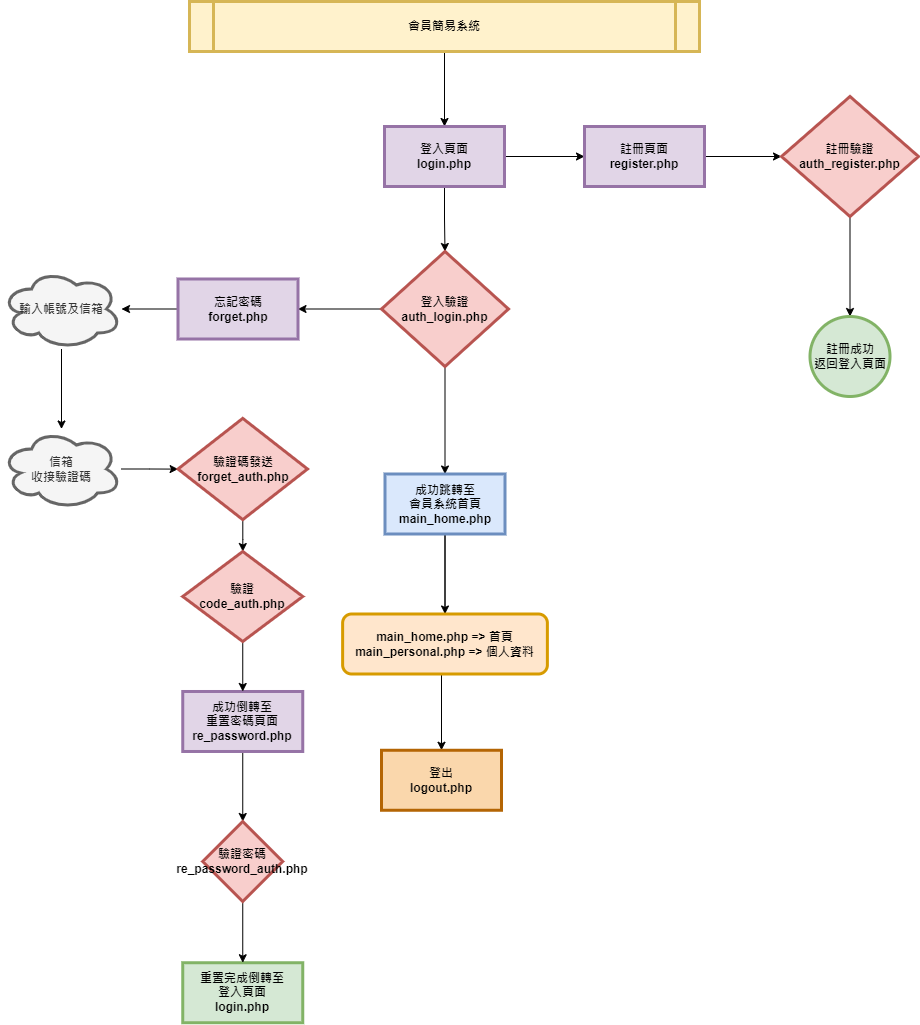
Before: 簡易會員系統流程圖.drawio.png, a diagram exported from draw.io (mattkids0527/Member). Source tidied: cells renumbered, new cells last; positions are measured from the earlier drawing's top-left corner, leaving out a move shared by most shapes. The source it was exported from:
```xml
<mxGraphModel>
  <root>
    <mxCell id="0" />
    <mxCell id="1" parent="0" />
    <mxCell id="2" style="edgeStyle=orthogonalEdgeStyle;rounded=0;jettySize=auto;html=1;" parent="1" edge="1" source="3" target="6">
      <mxGeometry relative="1" as="geometry" />
    </mxCell>
    <mxCell id="3" value="會員簡易系統" style="shape=process;whiteSpace=wrap;align=center;verticalAlign=middle;size=0.0475;fontStyle=1;strokeWidth=3;fillColor=#fff2cc;strokeColor=#d6b656;" parent="1" vertex="1">
      <mxGeometry x="188" width="510" height="50" as="geometry" />
    </mxCell>
    <mxCell id="4" style="edgeStyle=orthogonalEdgeStyle;rounded=0;jettySize=auto;html=1;" parent="1" edge="1" source="6" target="8">
      <mxGeometry relative="1" as="geometry" />
    </mxCell>
    <mxCell id="5" style="edgeStyle=orthogonalEdgeStyle;rounded=0;jettySize=auto;html=1;" parent="1" edge="1" source="6" target="13">
      <mxGeometry relative="1" as="geometry" />
    </mxCell>
    <mxCell id="6" value="登入頁面&lt;br&gt;login.php" style="whiteSpace=wrap;html=1;fillColor=#e1d5e7;fontStyle=1;strokeWidth=3;strokeColor=#9673a6;" parent="1" vertex="1">
      <mxGeometry x="383" y="125" width="120" height="60" as="geometry" />
    </mxCell>
    <mxCell id="7" style="edgeStyle=orthogonalEdgeStyle;rounded=0;jettySize=auto;html=1;" parent="1" edge="1" source="8" target="10">
      <mxGeometry relative="1" as="geometry" />
    </mxCell>
    <mxCell id="8" value="註冊頁面&lt;br&gt;register.php" style="whiteSpace=wrap;html=1;fillColor=#e1d5e7;fontStyle=1;strokeWidth=3;strokeColor=#9673a6;" parent="1" vertex="1">
      <mxGeometry x="583" y="125" width="120" height="60" as="geometry" />
    </mxCell>
    <mxCell id="9" style="edgeStyle=orthogonalEdgeStyle;rounded=0;jettySize=auto;html=1;" parent="1" edge="1" source="10" target="14">
      <mxGeometry relative="1" as="geometry" />
    </mxCell>
    <mxCell id="10" value="註冊驗證&lt;br&gt;auth_register.php" style="rhombus;whiteSpace=wrap;html=1;fillColor=#f8cecc;fontStyle=1;strokeWidth=3;strokeColor=#b85450;" parent="1" vertex="1">
      <mxGeometry x="780" y="95" width="137" height="120" as="geometry" />
    </mxCell>
    <mxCell id="11" style="edgeStyle=orthogonalEdgeStyle;rounded=0;jettySize=auto;html=1;" parent="1" edge="1" source="13" target="17">
      <mxGeometry relative="1" as="geometry" />
    </mxCell>
    <mxCell id="12" style="edgeStyle=orthogonalEdgeStyle;rounded=0;jettySize=auto;html=1;" parent="1" edge="1" source="13" target="19">
      <mxGeometry relative="1" as="geometry" />
    </mxCell>
    <mxCell id="13" value="登入驗證&lt;br&gt;auth_login.php" style="rhombus;whiteSpace=wrap;html=1;fillColor=#f8cecc;fontStyle=1;strokeWidth=3;strokeColor=#b85450;" parent="1" vertex="1">
      <mxGeometry x="380" y="250" width="127" height="115" as="geometry" />
    </mxCell>
    <mxCell id="14" value="註冊成功&lt;br&gt;返回登入頁面" style="ellipse;whiteSpace=wrap;html=1;fillColor=#d5e8d4;strokeColor=#82b366;fontStyle=1;strokeWidth=3;" parent="1" vertex="1">
      <mxGeometry x="808.5" y="315" width="80" height="80" as="geometry" />
    </mxCell>
    <mxCell id="15" style="edgeStyle=orthogonalEdgeStyle;rounded=0;jettySize=auto;html=1;" parent="1" edge="1" source="17" target="31">
      <mxGeometry relative="1" as="geometry" />
    </mxCell>
    <mxCell id="16" style="edgeStyle=orthogonalEdgeStyle;rounded=0;jettySize=auto;html=1;" parent="1" edge="1" source="17" target="32">
      <mxGeometry relative="1" as="geometry" />
    </mxCell>
    <mxCell id="17" value="成功跳轉至&lt;br&gt;會員系統首頁&lt;br&gt;main_home.php" style="whiteSpace=wrap;html=1;fillColor=#dae8fc;strokeColor=#6c8ebf;fontStyle=1;strokeWidth=3;" parent="1" vertex="1">
      <mxGeometry x="383.5" y="472.5" width="120" height="60" as="geometry" />
    </mxCell>
    <mxCell id="18" style="edgeStyle=orthogonalEdgeStyle;rounded=0;jettySize=auto;html=1;" parent="1" edge="1" source="19" target="21">
      <mxGeometry relative="1" as="geometry" />
    </mxCell>
    <mxCell id="19" value="忘記密碼&lt;br&gt;forget.php" style="whiteSpace=wrap;html=1;fillColor=#e1d5e7;strokeColor=#9673a6;fontStyle=1;strokeWidth=3;" parent="1" vertex="1">
      <mxGeometry x="176.5" y="277.5" width="120" height="60" as="geometry" />
    </mxCell>
    <mxCell id="20" style="edgeStyle=orthogonalEdgeStyle;rounded=0;jettySize=auto;html=1;" parent="1" edge="1" source="21" target="23">
      <mxGeometry relative="1" as="geometry" />
    </mxCell>
    <mxCell id="21" value="輸入帳號及信箱" style="ellipse;shape=cloud;whiteSpace=wrap;html=1;fillColor=#f5f5f5;strokeColor=#666666;fontStyle=1;strokeWidth=3;fontColor=#333333;" parent="1" vertex="1">
      <mxGeometry y="267.5" width="120" height="80" as="geometry" />
    </mxCell>
    <mxCell id="22" style="edgeStyle=orthogonalEdgeStyle;rounded=0;jettySize=auto;html=1;" parent="1" edge="1" source="23" target="25">
      <mxGeometry relative="1" as="geometry" />
    </mxCell>
    <mxCell id="23" value="信箱&lt;br&gt;收接驗證碼" style="ellipse;shape=cloud;whiteSpace=wrap;html=1;fillColor=#f5f5f5;strokeColor=#666666;fontColor=#333333;fontStyle=1;strokeWidth=3;" parent="1" vertex="1">
      <mxGeometry y="427.5" width="120" height="80" as="geometry" />
    </mxCell>
    <mxCell id="24" style="edgeStyle=orthogonalEdgeStyle;rounded=0;jettySize=auto;html=1;" parent="1" edge="1" source="25" target="34">
      <mxGeometry relative="1" as="geometry" />
    </mxCell>
    <mxCell id="25" value="驗證碼發送&lt;br&gt;forget_auth.php" style="rhombus;whiteSpace=wrap;html=1;fillColor=#f8cecc;strokeColor=#b85450;fontStyle=1;strokeWidth=3;" parent="1" vertex="1">
      <mxGeometry x="176.5" y="416.9" width="129.5" height="101.2" as="geometry" />
    </mxCell>
    <mxCell id="26" style="edgeStyle=orthogonalEdgeStyle;rounded=0;jettySize=auto;html=1;" parent="1" edge="1" source="27" target="30">
      <mxGeometry relative="1" as="geometry" />
    </mxCell>
    <mxCell id="27" value="成功倒轉至&lt;br&gt;重置密碼頁面&lt;br&gt;re_password.php" style="whiteSpace=wrap;html=1;fillColor=#e1d5e7;strokeColor=#9673a6;fontStyle=1;strokeWidth=3;" parent="1" vertex="1">
      <mxGeometry x="181.2" y="690" width="120" height="60" as="geometry" />
    </mxCell>
    <mxCell id="28" value="重置完成倒轉至&lt;br&gt;登入頁面&lt;br&gt;login.php" style="whiteSpace=wrap;html=1;fillColor=#d5e8d4;strokeColor=#82b366;fontStyle=1;strokeWidth=3;" parent="1" vertex="1">
      <mxGeometry x="181.2" y="961.2" width="120" height="60" as="geometry" />
    </mxCell>
    <mxCell id="29" style="edgeStyle=orthogonalEdgeStyle;rounded=0;jettySize=auto;html=1;" parent="1" edge="1" source="30" target="28">
      <mxGeometry relative="1" as="geometry" />
    </mxCell>
    <mxCell id="30" value="驗證密碼&lt;br&gt;re_password_auth.php" style="rhombus;whiteSpace=wrap;html=1;fillColor=#f8cecc;strokeColor=#b85450;fontStyle=1;strokeWidth=3;" parent="1" vertex="1">
      <mxGeometry x="201.2" y="820" width="80" height="80" as="geometry" />
    </mxCell>
    <mxCell id="31" value="main_home.php =&amp;gt; 首頁&lt;br&gt;main_personal.php =&amp;gt; 個人資料" style="rounded=1;whiteSpace=wrap;html=1;fillColor=#ffe6cc;strokeColor=#d79b00;fontStyle=1;strokeWidth=3;" parent="1" vertex="1">
      <mxGeometry x="341.1" y="612.5" width="204.8" height="60" as="geometry" />
    </mxCell>
    <mxCell id="32" value="登出&lt;br&gt;logout.php" style="whiteSpace=wrap;html=1;fillColor=#fad7ac;strokeColor=#b46504;fontStyle=1;strokeWidth=3;" parent="1" vertex="1">
      <mxGeometry x="380" y="748.8" width="120" height="60" as="geometry" />
    </mxCell>
    <mxCell id="33" style="edgeStyle=orthogonalEdgeStyle;rounded=0;jettySize=auto;html=1;" parent="1" edge="1" source="34" target="27">
      <mxGeometry relative="1" as="geometry" />
    </mxCell>
    <mxCell id="34" value="驗證&lt;br&gt;code_auth.php" style="rhombus;whiteSpace=wrap;html=1;fillColor=#f8cecc;strokeColor=#b85450;fontStyle=1;strokeWidth=3;" parent="1" vertex="1">
      <mxGeometry x="181.2" y="550" width="120" height="90" as="geometry" />
    </mxCell>
  </root>
</mxGraphModel>
```
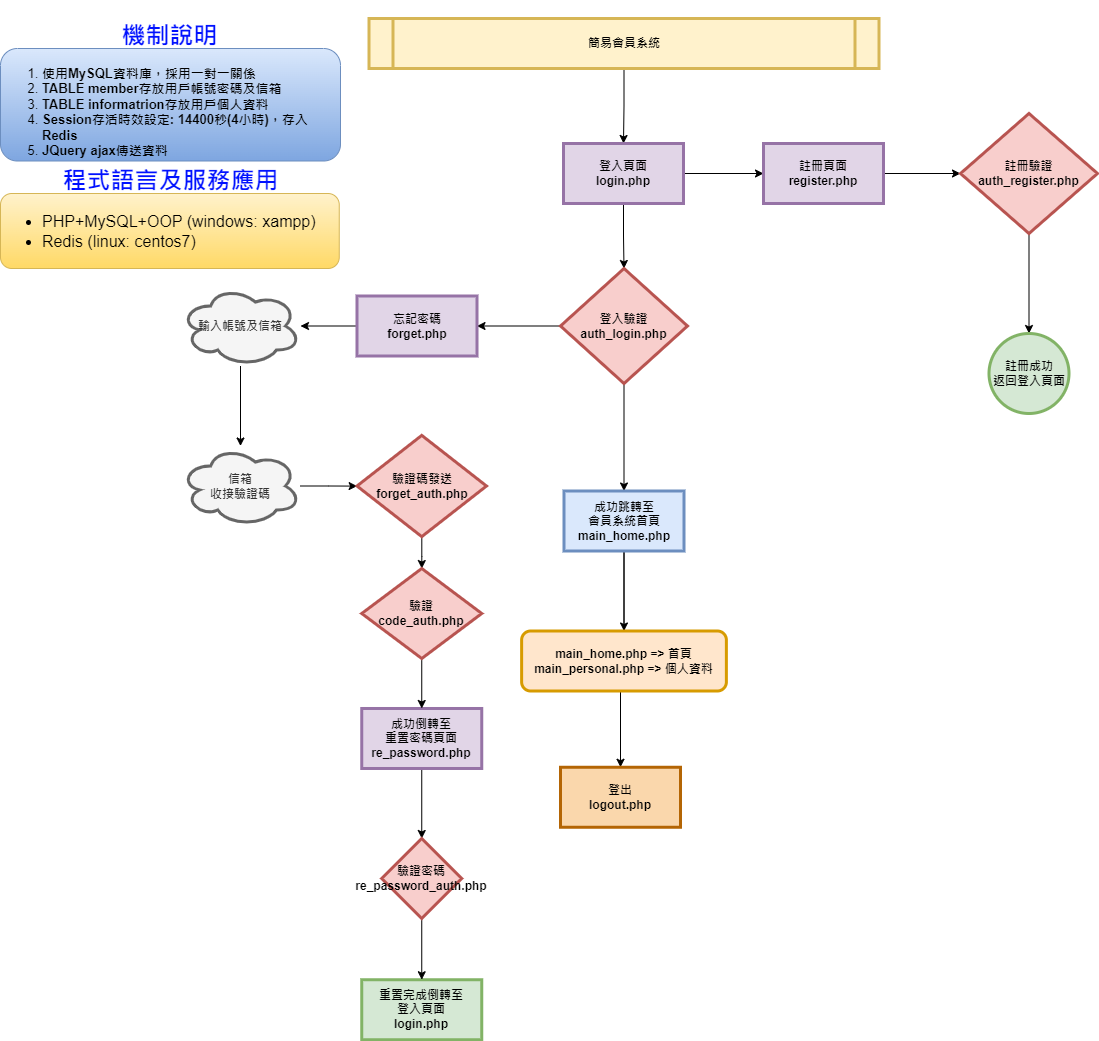
Above is the later version.

Commit message:
更新簡易會員系統流程圖.drawio.png

What changed in the source:
```diff
@@ -5,8 +5,8 @@
     <mxCell id="2" style="edgeStyle=orthogonalEdgeStyle;rounded=0;jettySize=auto;html=1;" parent="1" edge="1" source="3" target="6">
       <mxGeometry relative="1" as="geometry" />
     </mxCell>
-    <mxCell id="3" value="會員簡易系統" style="shape=process;whiteSpace=wrap;align=center;verticalAlign=middle;size=0.0475;fontStyle=1;strokeWidth=3;fillColor=#fff2cc;strokeColor=#d6b656;" parent="1" vertex="1">
-      <mxGeometry x="188" width="510" height="50" as="geometry" />
+    <mxCell id="3" value="簡易會員系統" style="shape=process;whiteSpace=wrap;align=center;verticalAlign=middle;size=0.0475;fontStyle=1;strokeWidth=3;fillColor=#fff2cc;strokeColor=#d6b656;" parent="1" vertex="1">
+      <mxGeometry x="188.5" width="510" height="50" as="geometry" />
     </mxCell>
     <mxCell id="4" style="edgeStyle=orthogonalEdgeStyle;rounded=0;jettySize=auto;html=1;" parent="1" edge="1" source="6" target="8">
       <mxGeometry relative="1" as="geometry" />
@@ -101,5 +101,17 @@
     <mxCell id="34" value="驗證&lt;br&gt;code_auth.php" style="rhombus;whiteSpace=wrap;html=1;fillColor=#f8cecc;strokeColor=#b85450;fontStyle=1;strokeWidth=3;" parent="1" vertex="1">
       <mxGeometry x="181.2" y="550" width="120" height="90" as="geometry" />
     </mxCell>
+    <mxCell id="35" value="&lt;div style=&quot;font-size: 13px;&quot;&gt;&lt;b&gt;&lt;font style=&quot;font-size: 13px;&quot;&gt;&lt;br&gt;&lt;/font&gt;&lt;/b&gt;&lt;/div&gt;&lt;ol style=&quot;font-size: 13px;&quot;&gt;&lt;li style=&quot;border-color: var(--border-color);&quot;&gt;&lt;font style=&quot;font-size: 13px;&quot;&gt;&lt;b style=&quot;background-color: initial;&quot;&gt;使用MySQL資料庫，採用一對一關係&lt;/b&gt;&lt;br&gt;&lt;/font&gt;&lt;/li&gt;&lt;li style=&quot;border-color: var(--border-color);&quot;&gt;&lt;b&gt;&lt;font style=&quot;font-size: 13px;&quot;&gt;&lt;span style=&quot;background-color: initial;&quot;&gt;TABLE member存放用戶帳號密碼及信箱&lt;/span&gt;&lt;br&gt;&lt;/font&gt;&lt;/b&gt;&lt;/li&gt;&lt;li style=&quot;border-color: var(--border-color);&quot;&gt;&lt;b&gt;&lt;font style=&quot;font-size: 13px;&quot;&gt;TABLE informatrion存放用戶個人資料&lt;/font&gt;&lt;/b&gt;&lt;/li&gt;&lt;li style=&quot;border-color: var(--border-color);&quot;&gt;&lt;b&gt;&lt;font style=&quot;font-size: 13px;&quot;&gt;Session存活時效設定: 14400秒(4小時)，存入Redis&lt;/font&gt;&lt;/b&gt;&lt;/li&gt;&lt;li style=&quot;border-color: var(--border-color);&quot;&gt;&lt;b&gt;&lt;font style=&quot;font-size: 13px;&quot;&gt;JQuery ajax傳送資料&lt;/font&gt;&lt;/b&gt;&lt;/li&gt;&lt;/ol&gt;" style="rounded=1;whiteSpace=wrap;html=1;align=left;fillColor=#dae8fc;strokeColor=#6c8ebf;gradientColor=#7ea6e0;" parent="1" vertex="1">
+      <mxGeometry x="-180" y="30" width="340" height="112.5" as="geometry" />
+    </mxCell>
+    <mxCell id="36" value="&lt;h3&gt;&lt;font color=&quot;#0011ff&quot; style=&quot;font-size: 24px;&quot;&gt;機制說明&lt;/font&gt;&lt;/h3&gt;" style="text;html=1;align=center;verticalAlign=middle;strokeColor=none;fillColor=none;fontColor=#66FFFF;" parent="1" vertex="1">
+      <mxGeometry x="-70.6" y="-17.5" width="120" height="70" as="geometry" />
+    </mxCell>
+    <mxCell id="37" value="&lt;ul style=&quot;font-size: 16px;&quot;&gt;&lt;li&gt;PHP+MySQL+OOP (windows: xampp)&lt;/li&gt;&lt;li&gt;Redis (linux: centos7)&lt;/li&gt;&lt;/ul&gt;" style="rounded=1;whiteSpace=wrap;html=1;fontSize=24;align=left;fillColor=#fff2cc;strokeColor=#d6b656;gradientColor=#ffd966;" parent="1" vertex="1">
+      <mxGeometry x="-180" y="175" width="338.8" height="75" as="geometry" />
+    </mxCell>
+    <mxCell id="38" value="&lt;h3&gt;&lt;font color=&quot;#0011ff&quot;&gt;&lt;span style=&quot;font-size: 24px;&quot;&gt;程式語言及服務應用&lt;/span&gt;&lt;/font&gt;&lt;/h3&gt;" style="text;html=1;align=center;verticalAlign=middle;strokeColor=none;fillColor=none;fontColor=#66FFFF;" parent="1" vertex="1">
+      <mxGeometry x="-130" y="127.5" width="240" height="70" as="geometry" />
+    </mxCell>
   </root>
 </mxGraphModel>
```
